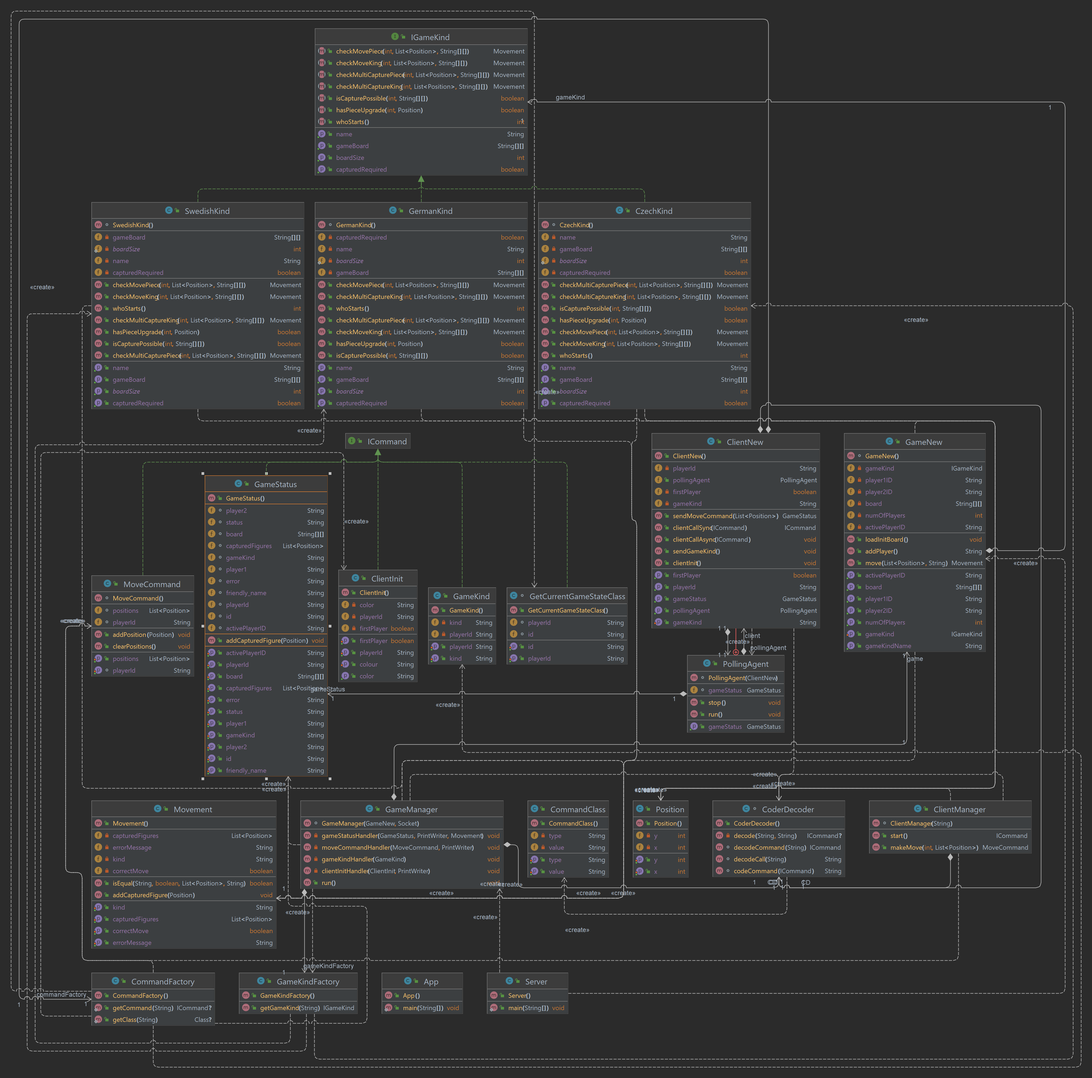
This is warcaby/diagrams/backend.png from ouchang/TP_Warcaby, a PlantUML export, as it was before one commit. Its source is kept beside it as warcaby/diagrams/backend.plantuml.
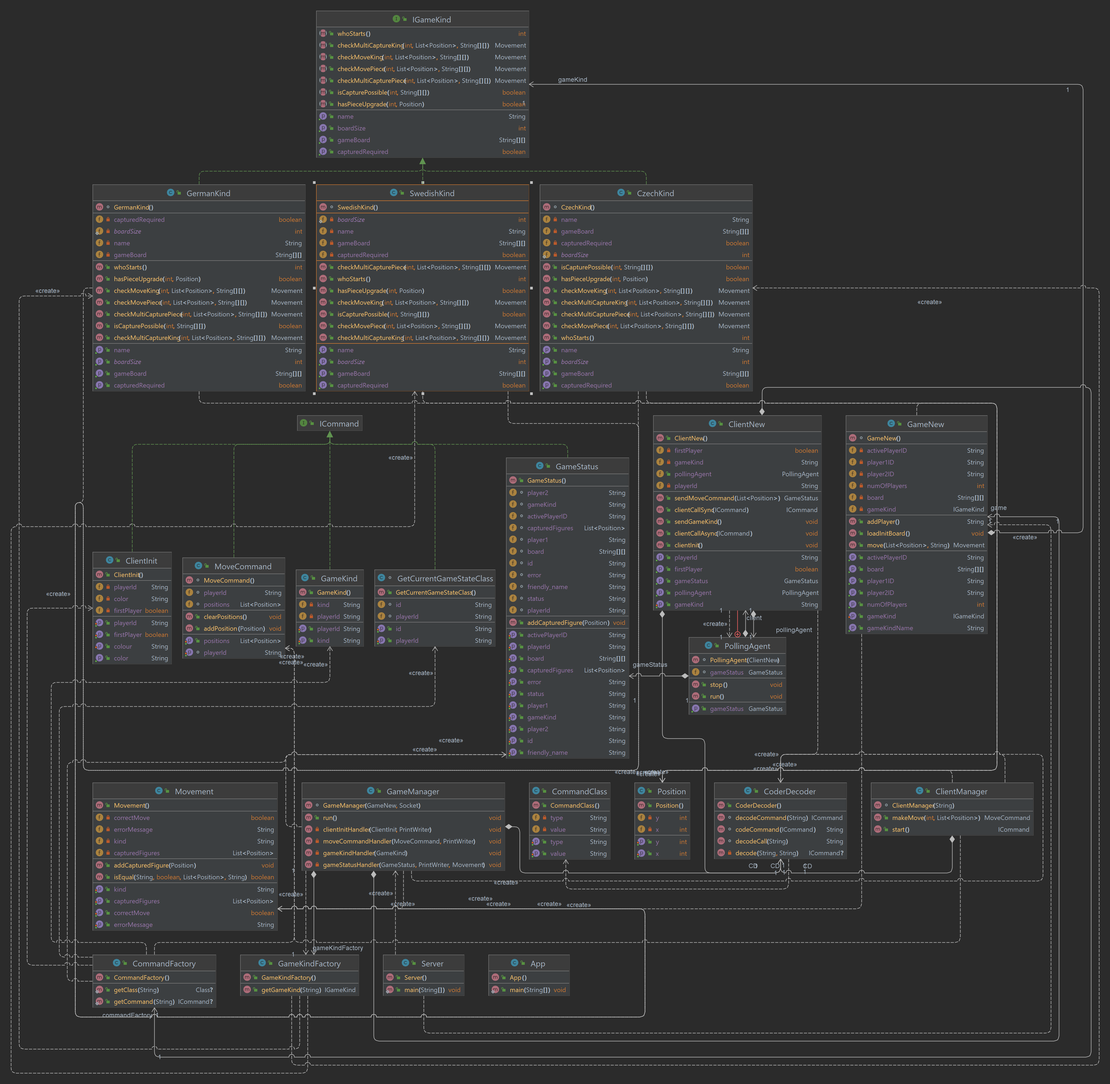
Later version of the same file.

Diff of the diagram source:
```diff
@@ -10,42 +10,42 @@
 }
 class ClientInit {
   + ClientInit():
+  - playerId: String
   - color: String
-  - playerId: String
   - firstPlayer: boolean
+   playerId: String
    firstPlayer: boolean
-   playerId: String
    colour: String
    color: String
 }
 class ClientManager {
   ~ ClientManager(String):
+  + makeMove(int, List<Position>): MoveCommand
   + start(): ICommand
-  + makeMove(int, List<Position>): MoveCommand
 }
 class ClientNew {
   + ClientNew():
-  - playerId: String
-  + pollingAgent: PollingAgent
   - firstPlayer: boolean
   - gameKind: String
+  + pollingAgent: PollingAgent
+  - playerId: String
   + sendMoveCommand(List<Position>): GameStatus
   + clientCallSync(ICommand): ICommand
+  + sendGameKind(): void
   + clientCallAsync(ICommand): void
-  + sendGameKind(): void
   + clientInit(): void
+   playerId: String
    firstPlayer: boolean
-   playerId: String
    gameStatus: GameStatus
    pollingAgent: PollingAgent
    gameKind: String
 }
 class CoderDecoder {
   + CoderDecoder():
+  ~ decodeCommand(String): ICommand
+  ~ codeCommand(ICommand): String
+  ~ decodeCall(String): String
   - decode(String, String): ICommand?
-  ~ decodeCommand(String): ICommand
-  ~ decodeCall(String): String
-  ~ codeCommand(ICommand): String
 }
 class CommandClass {
   + CommandClass():
@@ -56,25 +56,25 @@
 }
 class CommandFactory {
   + CommandFactory():
+  + getClass(String): Class?
   + getCommand(String): ICommand?
-  + getClass(String): Class?
 }
 class CzechKind {
   ~ CzechKind():
   - name: String
   - gameBoard: String[][]
+  - capturedRequired: boolean
   - boardSize: int
-  - capturedRequired: boolean
-  + checkMultiCapturePiece(int, List<Position>, String[][]): Movement
-  + checkMultiCaptureKing(int, List<Position>, String[][]): Movement
   + isCapturePossible(int, String[][]): boolean
   + hasPieceUpgrade(int, Position): boolean
+  + checkMoveKing(int, List<Position>, String[][]): Movement
+  + checkMultiCaptureKing(int, List<Position>, String[][]): Movement
+  + checkMultiCapturePiece(int, List<Position>, String[][]): Movement
   + checkMovePiece(int, List<Position>, String[][]): Movement
-  + checkMoveKing(int, List<Position>, String[][]): Movement
   + whoStarts(): int
    name: String
+   boardSize: int
    gameBoard: String[][]
-   boardSize: int
    capturedRequired: boolean
 }
 class GameKind {
@@ -90,22 +90,22 @@
 }
 class GameManager {
   ~ GameManager(GameNew, Socket):
-  - gameStatusHandler(GameStatus, PrintWriter, Movement): void
+  + run(): void
+  - clientInitHandler(ClientInit, PrintWriter): void
   - moveCommandHandler(MoveCommand, PrintWriter): void
   - gameKindHandler(GameKind): void
-  - clientInitHandler(ClientInit, PrintWriter): void
-  + run(): void
+  - gameStatusHandler(GameStatus, PrintWriter, Movement): void
 }
 class GameNew {
   ~ GameNew():
-  - gameKind: IGameKind
+  - activePlayerID: String
   - player1ID: String
   - player2ID: String
+  - numOfPlayers: int
   - board: String[][]
-  - numOfPlayers: int
-  - activePlayerID: String
+  - gameKind: IGameKind
+  + addPlayer(): String
   + loadInitBoard(): void
-  + addPlayer(): String
   + move(List<Position>, String): Movement
    activePlayerID: String
    board: String[][]
@@ -118,16 +118,16 @@
 class GameStatus {
   + GameStatus():
   ~ player2: String
-  ~ status: String
+  ~ gameKind: String
+  ~ activePlayerID: String
+  ~ capturedFigures: List<Position>
+  ~ player1: String
   ~ board: String[][]
-  ~ capturedFigures: List<Position>
-  ~ gameKind: String
-  ~ player1: String
+  ~ id: String
   ~ error: String
   ~ friendly_name: String
+  ~ status: String
   ~ playerId: String
-  ~ id: String
-  ~ activePlayerID: String
   + addCapturedFigure(Position): void
    activePlayerID: String
    playerId: String
@@ -144,59 +144,59 @@
 class GermanKind {
   ~ GermanKind():
   - capturedRequired: boolean
+  - boardSize: int
   - name: String
-  - boardSize: int
   - gameBoard: String[][]
+  + whoStarts(): int
+  + hasPieceUpgrade(int, Position): boolean
+  + checkMoveKing(int, List<Position>, String[][]): Movement
   + checkMovePiece(int, List<Position>, String[][]): Movement
+  + checkMultiCapturePiece(int, List<Position>, String[][]): Movement
+  + isCapturePossible(int, String[][]): boolean
   + checkMultiCaptureKing(int, List<Position>, String[][]): Movement
-  + whoStarts(): int
-  + checkMultiCapturePiece(int, List<Position>, String[][]): Movement
-  + checkMoveKing(int, List<Position>, String[][]): Movement
-  + hasPieceUpgrade(int, Position): boolean
-  + isCapturePossible(int, String[][]): boolean
    name: String
+   boardSize: int
    gameBoard: String[][]
-   boardSize: int
    capturedRequired: boolean
 }
 class GetCurrentGameStateClass {
   + GetCurrentGameStateClass():
+  ~ id: String
   ~ playerId: String
-  ~ id: String
    id: String
    playerId: String
 }
 interface ICommand << interface >>
 interface IGameKind << interface >> {
+  + whoStarts(): int
+  + checkMultiCaptureKing(int, List<Position>, String[][]): Movement
+  + checkMoveKing(int, List<Position>, String[][]): Movement
   + checkMovePiece(int, List<Position>, String[][]): Movement
-  + checkMoveKing(int, List<Position>, String[][]): Movement
   + checkMultiCapturePiece(int, List<Position>, String[][]): Movement
-  + checkMultiCaptureKing(int, List<Position>, String[][]): Movement
   + isCapturePossible(int, String[][]): boolean
   + hasPieceUpgrade(int, Position): boolean
-  + whoStarts(): int
    name: String
+   boardSize: int
    gameBoard: String[][]
-   boardSize: int
    capturedRequired: boolean
 }
 class MoveCommand {
   ~ MoveCommand():
+  ~ playerId: String
   ~ positions: List<Position>
-  ~ playerId: String
+  + clearPositions(): void
   + addPosition(Position): void
-  + clearPositions(): void
    positions: List<Position>
    playerId: String
 }
 class Movement {
   + Movement():
-  - capturedFigures: List<Position>
+  - correctMove: boolean
   - errorMessage: String
   - kind: String
-  - correctMove: boolean
+  - capturedFigures: List<Position>
+  + addCapturedFigure(Position): void
   + isEqual(String, boolean, List<Position>, String): boolean
-  + addCapturedFigure(Position): void
    kind: String
    capturedFigures: List<Position>
    correctMove: boolean
@@ -222,20 +222,20 @@
 }
 class SwedishKind {
   ~ SwedishKind():
-  - gameBoard: String[][]
   - boardSize: int
   - name: String
+  - gameBoard: String[][]
   - capturedRequired: boolean
+  + checkMultiCapturePiece(int, List<Position>, String[][]): Movement
+  + whoStarts(): int
+  + hasPieceUpgrade(int, Position): boolean
+  + checkMoveKing(int, List<Position>, String[][]): Movement
+  + isCapturePossible(int, String[][]): boolean
   + checkMovePiece(int, List<Position>, String[][]): Movement
-  + checkMoveKing(int, List<Position>, String[][]): Movement
-  + whoStarts(): int
   + checkMultiCaptureKing(int, List<Position>, String[][]): Movement
-  + hasPieceUpgrade(int, Position): boolean
-  + isCapturePossible(int, String[][]): boolean
-  + checkMultiCapturePiece(int, List<Position>, String[][]): Movement
    name: String
+   boardSize: int
    gameBoard: String[][]
-   boardSize: int
    capturedRequired: boolean
 }
 
@@ -247,8 +247,8 @@
 ClientNew                "1" *-[#595959,plain]-> "CD\n1" CoderDecoder
 ClientNew                 -[#595959,dashed]->  CoderDecoder             : "«create»"
 ClientNew                "1" *-[#595959,plain]-> "commandFactory\n1" CommandFactory
+ClientNew                "1" *-[#595959,plain]-> "pollingAgent\n1" PollingAgent
 ClientNew                 -[#595959,dashed]->  PollingAgent             : "«create»"
-ClientNew                "1" *-[#595959,plain]-> "pollingAgent\n1" PollingAgent
 CoderDecoder              -[#595959,dashed]->  CommandClass             : "«create»"
 CommandFactory            -[#595959,dashed]->  ClientInit               : "«create»"
 CommandFactory            -[#595959,dashed]->  GameKind                 : "«create»"
@@ -262,8 +262,8 @@
 GameKindFactory           -[#595959,dashed]->  CzechKind                : "«create»"
 GameKindFactory           -[#595959,dashed]->  GermanKind               : "«create»"
 GameKindFactory           -[#595959,dashed]->  SwedishKind              : "«create»"
+GameManager               -[#595959,dashed]->  CoderDecoder             : "«create»"
 GameManager              "1" *-[#595959,plain]-> "CD\n1" CoderDecoder
-GameManager               -[#595959,dashed]->  CoderDecoder             : "«create»"
 GameManager              "1" *-[#595959,plain]-> "gameKindFactory\n1" GameKindFactory
 GameManager               -[#595959,dashed]->  GameKindFactory          : "«create»"
 GameManager              "1" *-[#595959,plain]-> "game\n1" GameNew
```
